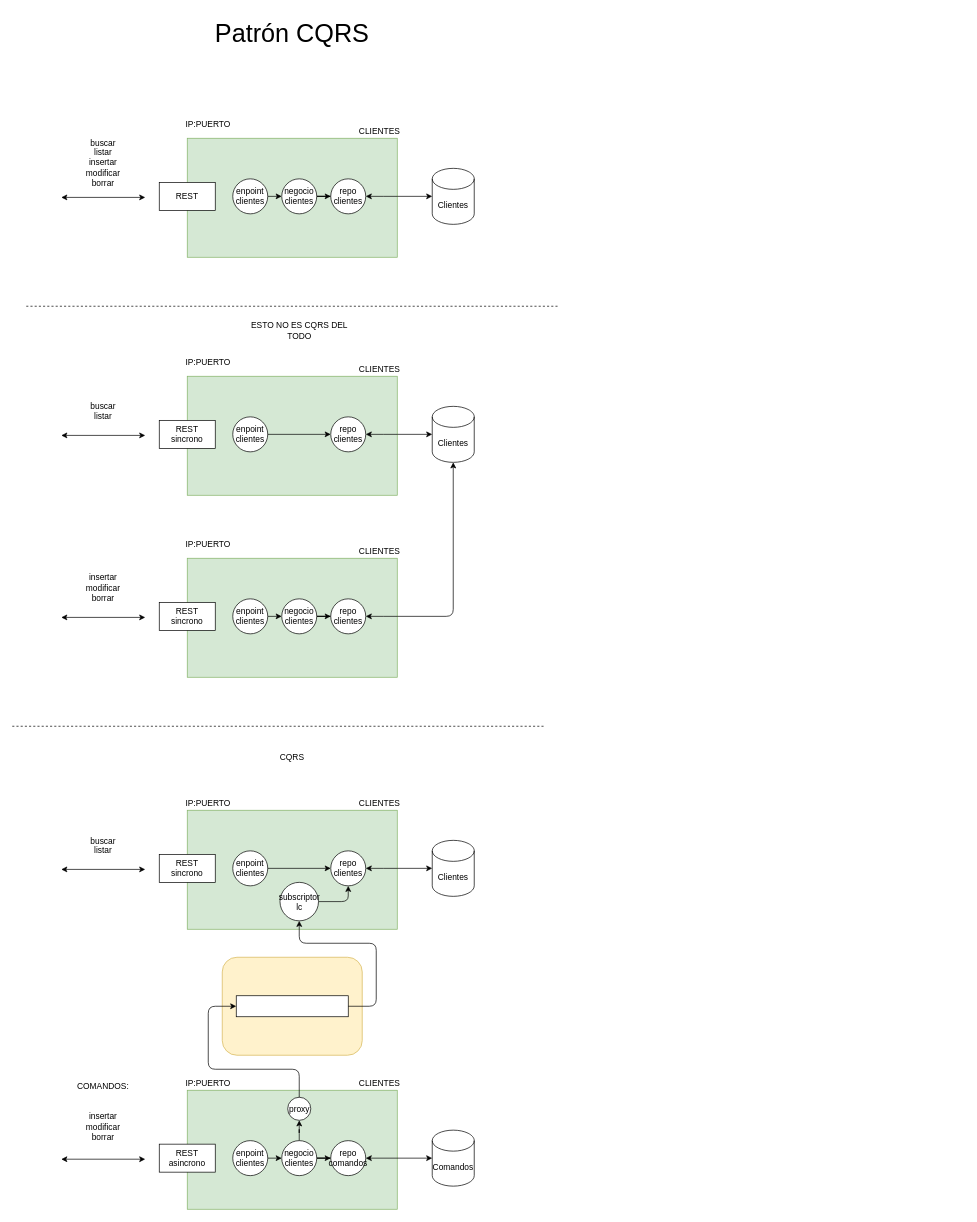
The draw.io diagram page "Página-23" (23 of 25) of atsistemas_patrones.drawio in lrag/Patrones, before the edit. Source tidied: cells renumbered, new cells numbered last; positions are measured from the earlier drawing's top-left corner, leaving out a move shared by most shapes. Both pictures are drawn from the tidied source at 70%, with x=0, y=0 at pixel (12, 12).
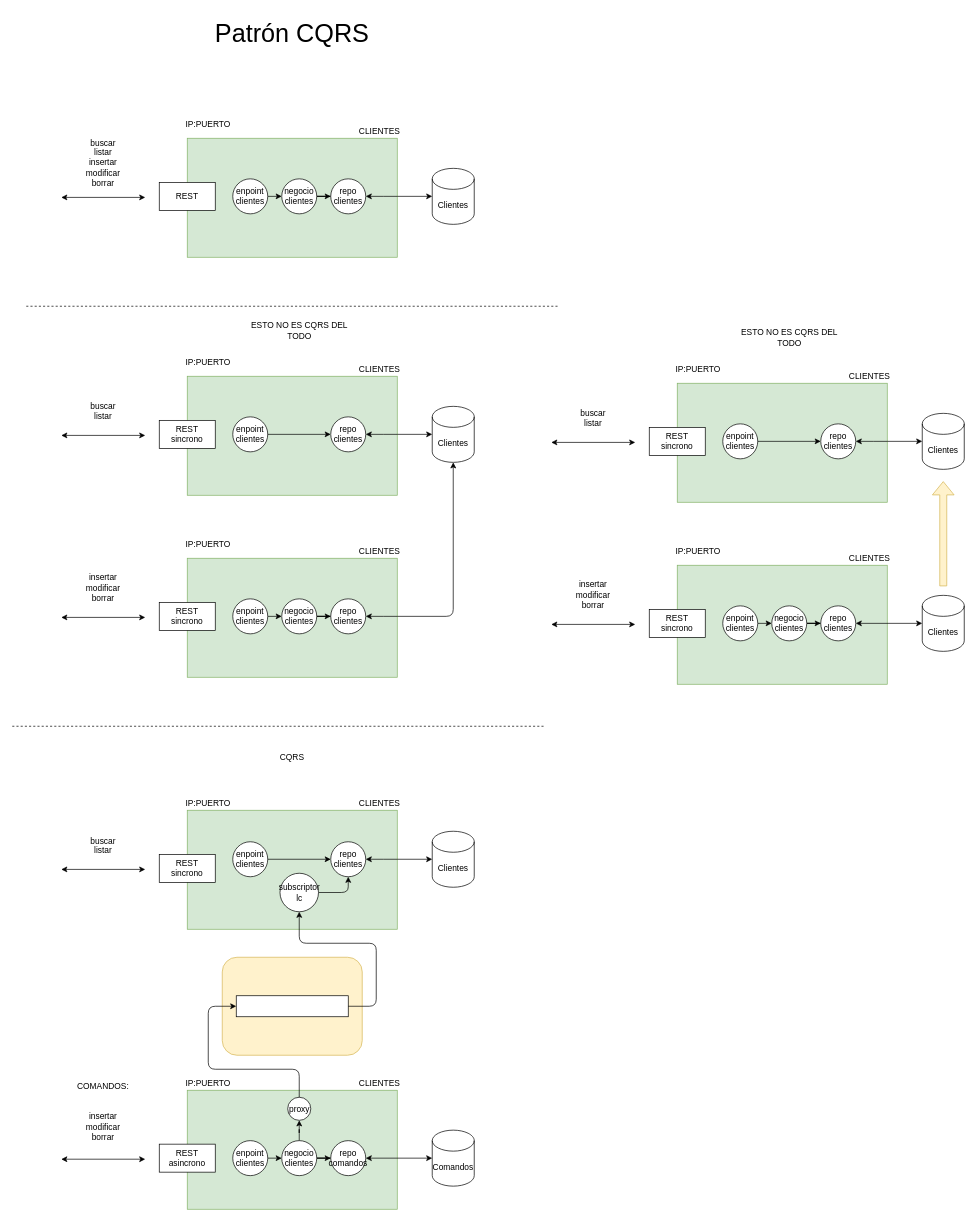
Above is the later version.

The edit, as a diff of the source:
```diff
@@
     <mxCell id="40" value="enpoint&lt;br&gt;clientes" style="ellipse;whiteSpace=wrap;html=1;" parent="1" vertex="1">
-      <mxGeometry x="315" y="1198" width="50" height="50" as="geometry" />
+      <mxGeometry x="315" y="1185" width="50" height="50" as="geometry" />
     </mxCell>
@@
     <mxCell id="42" value="repo&lt;br&gt;clientes" style="ellipse;whiteSpace=wrap;html=1;" parent="1" vertex="1">
-      <mxGeometry x="455" y="1198" width="50" height="50" as="geometry" />
+      <mxGeometry x="455" y="1185" width="50" height="50" as="geometry" />
     </mxCell>
@@
     <mxCell id="45" value="Clientes" style="shape=cylinder3;whiteSpace=wrap;html=1;boundedLbl=1;backgroundOutline=1;size=15;" parent="1" vertex="1">
-      <mxGeometry x="600" y="1183" width="60" height="80" as="geometry" />
+      <mxGeometry x="600" y="1170" width="60" height="80" as="geometry" />
     </mxCell>
     <mxCell id="46" style="endArrow=classic;startArrow=classic;html=1;exitX=1;exitY=0.5;exitDx=0;exitDy=0;entryX=0;entryY=0.5;entryDx=0;entryDy=0;entryPerimeter=0;" parent="1" edge="1" source="42" target="45">
       <mxGeometry relative="1" as="geometry">
         <Array as="points">
-          <mxPoint x="540" y="1223" />
+          <mxPoint x="540" y="1210" />
         </Array>
       </mxGeometry>
     </mxCell>
@@
     <mxCell id="70" value="subscriptor&lt;br&gt;lc" style="ellipse;whiteSpace=wrap;html=1;fontSize=12;" parent="1" vertex="1">
-      <mxGeometry x="382.5" y="1243" width="55" height="55" as="geometry" />
+      <mxGeometry x="382.5" y="1230" width="55" height="55" as="geometry" />
     </mxCell>
@@
+    <mxCell id="76" style="rounded=0;whiteSpace=wrap;html=1;fillColor=#d5e8d4;strokeColor=#82b366;" parent="1" vertex="1">
+      <mxGeometry x="950" y="530" width="300" height="170" as="geometry" />
+    </mxCell>
+    <mxCell id="77" value="enpoint&lt;br&gt;clientes" style="ellipse;whiteSpace=wrap;html=1;" parent="1" vertex="1">
+      <mxGeometry x="1015" y="588" width="50" height="50" as="geometry" />
+    </mxCell>
+    <mxCell id="78" style="edgeStyle=orthogonalEdgeStyle;rounded=0;jettySize=auto;html=1;entryX=0;entryY=0.5;entryDx=0;entryDy=0;" parent="1" edge="1" source="77" target="79">
+      <mxGeometry relative="1" as="geometry" />
+    </mxCell>
+    <mxCell id="79" value="repo&lt;br&gt;clientes" style="ellipse;whiteSpace=wrap;html=1;" parent="1" vertex="1">
+      <mxGeometry x="1155" y="588" width="50" height="50" as="geometry" />
+    </mxCell>
+    <mxCell id="80" value="CLIENTES" style="text;html=1;strokeColor=none;fillColor=none;align=center;verticalAlign=middle;whiteSpace=wrap;rounded=0;" parent="1" vertex="1">
+      <mxGeometry x="1205" y="510" width="40" height="20" as="geometry" />
+    </mxCell>
+    <mxCell id="81" value="REST&lt;br&gt;sincrono" style="rounded=0;whiteSpace=wrap;html=1;" parent="1" vertex="1">
+      <mxGeometry x="910" y="593" width="80" height="40" as="geometry" />
+    </mxCell>
+    <mxCell id="82" value="Clientes" style="shape=cylinder3;whiteSpace=wrap;html=1;boundedLbl=1;backgroundOutline=1;size=15;" parent="1" vertex="1">
+      <mxGeometry x="1300" y="573" width="60" height="80" as="geometry" />
+    </mxCell>
+    <mxCell id="83" style="endArrow=classic;startArrow=classic;html=1;exitX=1;exitY=0.5;exitDx=0;exitDy=0;entryX=0;entryY=0.5;entryDx=0;entryDy=0;entryPerimeter=0;" parent="1" edge="1" source="79" target="82">
+      <mxGeometry relative="1" as="geometry">
+        <Array as="points">
+          <mxPoint x="1240" y="613" />
+        </Array>
+      </mxGeometry>
+    </mxCell>
+    <mxCell id="84" value="IP:PUERTO" style="text;html=1;strokeColor=none;fillColor=none;align=center;verticalAlign=middle;whiteSpace=wrap;rounded=0;" parent="1" vertex="1">
+      <mxGeometry x="960" y="500" width="40" height="20" as="geometry" />
+    </mxCell>
+    <mxCell id="85" style="endArrow=classic;startArrow=classic;html=1;rounded=1;fontSize=36;strokeColor=#000000;strokeWidth=1;" parent="1" edge="1">
+      <mxGeometry relative="1" as="geometry">
+        <mxPoint x="770" y="614.5" as="sourcePoint" />
+        <mxPoint x="890" y="614.5" as="targetPoint" />
+      </mxGeometry>
+    </mxCell>
+    <mxCell id="86" value="buscar&lt;br&gt;listar&lt;br&gt;&lt;br&gt;" style="text;html=1;strokeColor=none;fillColor=none;align=center;verticalAlign=middle;whiteSpace=wrap;rounded=0;fontSize=12;" parent="1" vertex="1">
+      <mxGeometry x="800" y="573" width="60" height="30" as="geometry" />
+    </mxCell>
+    <mxCell id="87" style="rounded=0;whiteSpace=wrap;html=1;fillColor=#d5e8d4;strokeColor=#82b366;" parent="1" vertex="1">
+      <mxGeometry x="950" y="790" width="300" height="170" as="geometry" />
+    </mxCell>
+    <mxCell id="88" style="edgeStyle=orthogonalEdgeStyle;rounded=0;jettySize=auto;html=1;exitX=1;exitY=0.5;exitDx=0;exitDy=0;entryX=0;entryY=0.5;entryDx=0;entryDy=0;" parent="1" edge="1" source="89" target="91">
+      <mxGeometry relative="1" as="geometry" />
+    </mxCell>
+    <mxCell id="89" value="enpoint&lt;br&gt;clientes" style="ellipse;whiteSpace=wrap;html=1;" parent="1" vertex="1">
+      <mxGeometry x="1015" y="848" width="50" height="50" as="geometry" />
+    </mxCell>
+    <mxCell id="90" style="edgeStyle=orthogonalEdgeStyle;rounded=0;jettySize=auto;html=1;entryX=0;entryY=0.5;entryDx=0;entryDy=0;" parent="1" edge="1" source="91" target="92">
+      <mxGeometry relative="1" as="geometry" />
+    </mxCell>
+    <mxCell id="91" value="negocio&lt;br&gt;clientes" style="ellipse;whiteSpace=wrap;html=1;" parent="1" vertex="1">
+      <mxGeometry x="1085" y="848" width="50" height="50" as="geometry" />
+    </mxCell>
+    <mxCell id="92" value="repo&lt;br&gt;clientes" style="ellipse;whiteSpace=wrap;html=1;" parent="1" vertex="1">
+      <mxGeometry x="1155" y="848" width="50" height="50" as="geometry" />
+    </mxCell>
+    <mxCell id="93" value="CLIENTES" style="text;html=1;strokeColor=none;fillColor=none;align=center;verticalAlign=middle;whiteSpace=wrap;rounded=0;" parent="1" vertex="1">
+      <mxGeometry x="1205" y="770" width="40" height="20" as="geometry" />
+    </mxCell>
+    <mxCell id="94" value="REST&lt;br&gt;sincrono" style="rounded=0;whiteSpace=wrap;html=1;" parent="1" vertex="1">
+      <mxGeometry x="910" y="853" width="80" height="40" as="geometry" />
+    </mxCell>
+    <mxCell id="95" value="IP:PUERTO" style="text;html=1;strokeColor=none;fillColor=none;align=center;verticalAlign=middle;whiteSpace=wrap;rounded=0;" parent="1" vertex="1">
+      <mxGeometry x="960" y="760" width="40" height="20" as="geometry" />
+    </mxCell>
+    <mxCell id="96" style="endArrow=classic;startArrow=classic;html=1;rounded=1;fontSize=36;strokeColor=#000000;strokeWidth=1;" parent="1" edge="1">
+      <mxGeometry relative="1" as="geometry">
+        <mxPoint x="770" y="874.5" as="sourcePoint" />
+        <mxPoint x="890" y="874.5" as="targetPoint" />
+      </mxGeometry>
+    </mxCell>
+    <mxCell id="97" value="&lt;br&gt;insertar&lt;br&gt;modificar&lt;br&gt;borrar" style="text;html=1;strokeColor=none;fillColor=none;align=center;verticalAlign=middle;whiteSpace=wrap;rounded=0;fontSize=12;" parent="1" vertex="1">
+      <mxGeometry x="800" y="780" width="60" height="90" as="geometry" />
+    </mxCell>
+    <mxCell id="98" value="ESTO NO ES CQRS DEL TODO" style="text;html=1;strokeColor=none;fillColor=none;align=center;verticalAlign=middle;whiteSpace=wrap;rounded=0;fontSize=12;" parent="1" vertex="1">
+      <mxGeometry x="1022.5" y="450" width="175" height="30" as="geometry" />
+    </mxCell>
+    <mxCell id="99" value="Clientes" style="shape=cylinder3;whiteSpace=wrap;html=1;boundedLbl=1;backgroundOutline=1;size=15;" parent="1" vertex="1">
+      <mxGeometry x="1300" y="833" width="60" height="80" as="geometry" />
+    </mxCell>
+    <mxCell id="100" style="endArrow=classic;startArrow=classic;html=1;rounded=1;fontSize=12;strokeColor=#000000;strokeWidth=1;exitX=1;exitY=0.5;exitDx=0;exitDy=0;" parent="1" edge="1" source="92" target="99">
+      <mxGeometry relative="1" as="geometry" />
+    </mxCell>
+    <mxCell id="101" style="shape=flexArrow;endArrow=classic;html=1;rounded=1;fontSize=12;strokeColor=#d6b656;strokeWidth=1;fillColor=#fff2cc;" parent="1" edge="1">
+      <mxGeometry relative="1" as="geometry">
+        <mxPoint x="1330" y="820" as="sourcePoint" />
+        <mxPoint x="1330" y="670" as="targetPoint" />
+      </mxGeometry>
+    </mxCell>
```
